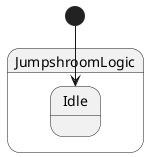
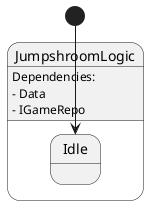
@startuml JumpshroomLogic
state JumpshroomLogic {
  state Idle
}

[*] --> Idle
+ 
+ JumpshroomLogic : Dependencies:
+ JumpshroomLogic : - Data
+ JumpshroomLogic : - IGameRepo
@enduml